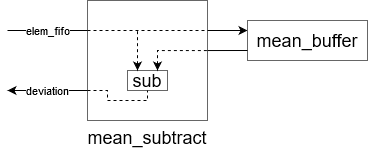
Before: figures/subtract.png, a diagram exported from draw.io (martinbarez/target_tex). Source tidied: cells renumbered, new cells last; positions are measured from the earlier drawing's top-left corner, leaving out a move shared by most shapes. Source of this version:
```xml
<mxGraphModel>
  <root>
    <mxCell id="0" />
    <mxCell id="1" parent="0" />
    <mxCell id="2" value="mean_subtract" style="whiteSpace=wrap;html=1;shadow=0;fontSize=18;strokeColor=#666666;labelPosition=center;verticalLabelPosition=bottom;align=center;verticalAlign=top;" parent="1" vertex="1">
      <mxGeometry x="80" width="120" height="120" as="geometry" />
    </mxCell>
    <mxCell id="3" value="deviation" style="endArrow=classic;html=1;shadow=0;exitX=0;exitY=0.75;exitDx=0;exitDy=0;" parent="1" edge="1" source="2">
      <mxGeometry relative="1" as="geometry">
        <mxPoint y="90" as="targetPoint" />
      </mxGeometry>
    </mxCell>
    <mxCell id="4" style="endArrow=classic;html=1;shadow=0;entryX=0;entryY=0.75;entryDx=0;entryDy=0;exitX=1;exitY=0.25;exitDx=0;exitDy=0;" parent="1" edge="1" source="2">
      <mxGeometry relative="1" as="geometry">
        <mxPoint x="240" y="30" as="targetPoint" />
      </mxGeometry>
    </mxCell>
    <mxCell id="5" value="mean_buffer" style="whiteSpace=wrap;html=1;shadow=0;fontSize=18;strokeColor=#666666;" parent="1" vertex="1">
      <mxGeometry x="240" y="20" width="120" height="40" as="geometry" />
    </mxCell>
    <mxCell id="6" style="endArrow=none;html=1;shadow=0;entryX=1;entryY=0.417;entryDx=0;entryDy=0;exitX=0;exitY=0.75;exitDx=0;exitDy=0;entryPerimeter=0;endFill=0;" parent="1" edge="1" source="5" target="2">
      <mxGeometry relative="1" as="geometry" />
    </mxCell>
    <mxCell id="7" value="elem_fifo" style="endArrow=none;html=1;shadow=0;entryX=0;entryY=0.25;entryDx=0;entryDy=0;endFill=0;" parent="1" edge="1" target="2">
      <mxGeometry relative="1" as="geometry">
        <mxPoint y="30" as="sourcePoint" />
      </mxGeometry>
    </mxCell>
    <mxCell id="8" style="endArrow=none;dashed=1;html=1;exitX=0;exitY=0.25;exitDx=0;exitDy=0;entryX=1;entryY=0.25;entryDx=0;entryDy=0;" parent="1" edge="1" source="2" target="2">
      <mxGeometry relative="1" as="geometry" />
    </mxCell>
    <mxCell id="9" value="sub" style="whiteSpace=wrap;html=1;shadow=0;fontSize=18;strokeColor=#666666;" parent="1" vertex="1">
      <mxGeometry x="120" y="70" width="40" height="20" as="geometry" />
    </mxCell>
    <mxCell id="10" style="endArrow=none;dashed=1;html=1;exitX=0.25;exitY=0;exitDx=0;exitDy=0;startArrow=classic;startFill=1;" parent="1" edge="1" source="9">
      <mxGeometry relative="1" as="geometry">
        <mxPoint x="130" y="30" as="targetPoint" />
      </mxGeometry>
    </mxCell>
    <mxCell id="11" style="endArrow=none;dashed=1;html=1;exitX=0.75;exitY=0;exitDx=0;exitDy=0;startArrow=classic;startFill=1;entryX=1;entryY=0.417;entryDx=0;entryDy=0;entryPerimeter=0;rounded=0;" parent="1" edge="1" source="9" target="2">
      <mxGeometry relative="1" as="geometry">
        <Array as="points">
          <mxPoint x="150" y="50" />
        </Array>
      </mxGeometry>
    </mxCell>
    <mxCell id="12" style="endArrow=none;dashed=1;html=1;exitX=0;exitY=0.75;exitDx=0;exitDy=0;rounded=0;" parent="1" edge="1" source="2">
      <mxGeometry relative="1" as="geometry">
        <mxPoint x="140" y="90" as="targetPoint" />
        <Array as="points">
          <mxPoint x="100" y="90" />
          <mxPoint x="100" y="100" />
          <mxPoint x="140" y="100" />
        </Array>
      </mxGeometry>
    </mxCell>
  </root>
</mxGraphModel>
```
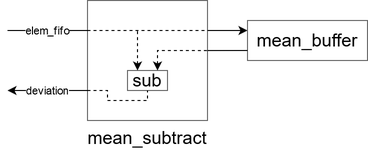
The same diagram one commit later.

What changed in the source:
```diff
@@ -10,11 +10,11 @@
         <mxPoint y="90" as="targetPoint" />
       </mxGeometry>
     </mxCell>
-    <mxCell id="4" style="endArrow=classic;html=1;shadow=0;entryX=0;entryY=0.75;entryDx=0;entryDy=0;exitX=1;exitY=0.25;exitDx=0;exitDy=0;" parent="1" edge="1" source="2">
-      <mxGeometry relative="1" as="geometry">
-        <mxPoint x="240" y="30" as="targetPoint" />
-      </mxGeometry>
-    </mxCell>
+    <mxCell id="13" style="endArrow=classic;html=1;shadow=0;entryX=0;entryY=0.75;entryDx=0;entryDy=0;exitX=1;exitY=0.25;exitDx=0;exitDy=0;" parent="1" edge="1" source="2">
+      <mxGeometry relative="1" as="geometry">
+        <mxPoint x="240" y="30" as="targetPoint" />
+      </mxGeometry>
+    </mxCell>
     <mxCell id="5" value="mean_buffer" style="whiteSpace=wrap;html=1;shadow=0;fontSize=18;strokeColor=#666666;" parent="1" vertex="1">
       <mxGeometry x="240" y="20" width="120" height="40" as="geometry" />
     </mxCell>
@@ -32,11 +32,11 @@
     <mxCell id="9" value="sub" style="whiteSpace=wrap;html=1;shadow=0;fontSize=18;strokeColor=#666666;" parent="1" vertex="1">
       <mxGeometry x="120" y="70" width="40" height="20" as="geometry" />
     </mxCell>
-    <mxCell id="10" style="endArrow=none;dashed=1;html=1;exitX=0.25;exitY=0;exitDx=0;exitDy=0;startArrow=classic;startFill=1;" parent="1" edge="1" source="9">
-      <mxGeometry relative="1" as="geometry">
-        <mxPoint x="130" y="30" as="targetPoint" />
-      </mxGeometry>
-    </mxCell>
+    <mxCell id="14" style="endArrow=none;dashed=1;html=1;exitX=0.25;exitY=0;exitDx=0;exitDy=0;startArrow=classic;startFill=1;" parent="1" edge="1" source="9">
+      <mxGeometry relative="1" as="geometry">
+        <mxPoint x="130" y="30" as="targetPoint" />
+      </mxGeometry>
+    </mxCell>
     <mxCell id="11" style="endArrow=none;dashed=1;html=1;exitX=0.75;exitY=0;exitDx=0;exitDy=0;startArrow=classic;startFill=1;entryX=1;entryY=0.417;entryDx=0;entryDy=0;entryPerimeter=0;rounded=0;" parent="1" edge="1" source="9" target="2">
       <mxGeometry relative="1" as="geometry">
         <Array as="points">
@@ -44,15 +44,15 @@
         </Array>
       </mxGeometry>
     </mxCell>
-    <mxCell id="12" style="endArrow=none;dashed=1;html=1;exitX=0;exitY=0.75;exitDx=0;exitDy=0;rounded=0;" parent="1" edge="1" source="2">
-      <mxGeometry relative="1" as="geometry">
-        <mxPoint x="140" y="90" as="targetPoint" />
-        <Array as="points">
-          <mxPoint x="100" y="90" />
-          <mxPoint x="100" y="100" />
-          <mxPoint x="140" y="100" />
-        </Array>
-      </mxGeometry>
-    </mxCell>
+    <mxCell id="15" style="endArrow=none;dashed=1;html=1;exitX=0;exitY=0.75;exitDx=0;exitDy=0;rounded=0;" parent="1" edge="1" source="2">
+      <mxGeometry relative="1" as="geometry">
+        <mxPoint x="140" y="90" as="targetPoint" />
+        <Array as="points">
+          <mxPoint x="100" y="90" />
+          <mxPoint x="100" y="100" />
+          <mxPoint x="140" y="100" />
+        </Array>
+      </mxGeometry>
+    </mxCell>
   </root>
 </mxGraphModel>
```
